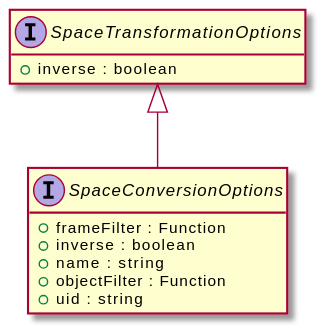
This is assets/SpaceTransformationOptions-umlClassDiagram-3412.svg from OpenHPS/openhps-core, a PlantUML export, as it was before one commit. Its diagram source:
```plantuml
@startuml
skinparam BackgroundColor transparent
hide empty methods
hide empty fields
interface "SpaceTransformationOptions" {
    +inverse : boolean
}
interface "SpaceConversionOptions" {
    +frameFilter : Function
    +inverse : boolean
    +name : string
    +objectFilter : Function
    +uid : string
}
"SpaceTransformationOptions" <|-- "SpaceConversionOptions"
@enduml
```
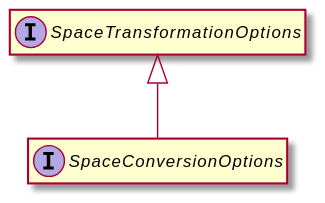
The same diagram one commit later.

Change to the diagram source:
```diff
@@ -3,14 +3,8 @@
 hide empty methods
 hide empty fields
 interface "SpaceTransformationOptions" {
-    +inverse : boolean
 }
 interface "SpaceConversionOptions" {
-    +frameFilter : Function
-    +inverse : boolean
-    +name : string
-    +objectFilter : Function
-    +uid : string
 }
 "SpaceTransformationOptions" <|-- "SpaceConversionOptions"
 @enduml
```
